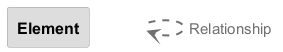
Above: docs/architecture/diagrams/structurizr-Containers-key.png in chrislyons-dev/archlette (PlantUML), before the change. Source of this version:
```plantuml
@startuml
set separator none

skinparam {
  shadowing false
  arrowFontSize 15
  defaultTextAlignment center
  wrapWidth 100
  maxMessageSize 100
}
hide stereotype

skinparam rectangle<<_transparent>> {
  BorderColor transparent
  BackgroundColor transparent
  FontColor transparent
}

skinparam rectangle<<1>> {
  BackgroundColor #dddddd
  FontColor #000000
  BorderColor #9a9a9a
}
rectangle "==Element" <<1>>

rectangle "." <<_transparent>> as 2
2 .[#707070,thickness=2].> 2 : "<color:#707070>Relationship"


@enduml
```
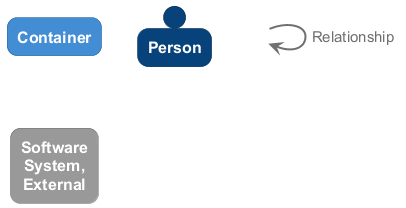
The same file after the commit.

Diff of the diagram source:
```diff
@@ -7,6 +7,7 @@
   defaultTextAlignment center
   wrapWidth 100
   maxMessageSize 100
+  defaultFontName "Arial"
 }
 hide stereotype
 
@@ -17,14 +18,30 @@
 }
 
 skinparam rectangle<<1>> {
-  BackgroundColor #dddddd
-  FontColor #000000
-  BorderColor #9a9a9a
+  BackgroundColor #438dd5
+  FontColor #ffffff
+  BorderColor #2e6295
+  roundCorner 20
 }
-rectangle "==Element" <<1>>
+rectangle "==Container" <<1>>
 
-rectangle "." <<_transparent>> as 2
-2 .[#707070,thickness=2].> 2 : "<color:#707070>Relationship"
+skinparam person<<2>> {
+  BackgroundColor #08427b
+  FontColor #ffffff
+  BorderColor #052e56
+}
+person "==Person" <<2>>
+
+skinparam rectangle<<3>> {
+  BackgroundColor #999999
+  FontColor #ffffff
+  BorderColor #6b6b6b
+  roundCorner 20
+}
+rectangle "==Software System, External" <<3>>
+
+rectangle "." <<_transparent>> as 4
+4 -[#707070,thickness=2]-> 4 : "<color:#707070>Relationship"
 
 
 @enduml
```
